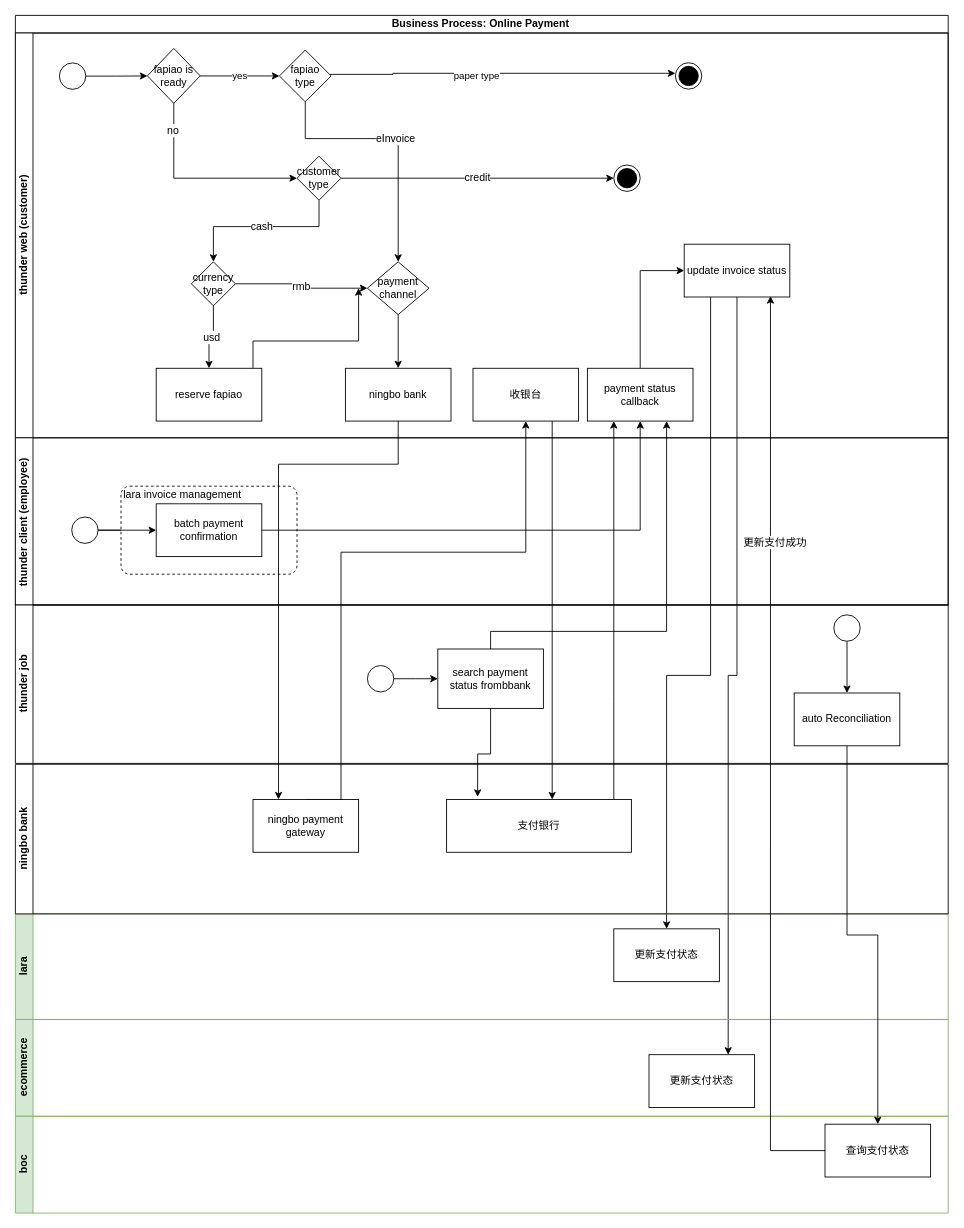
yi2003/diagram keeps this draw.io diagram as ningbo bank pay.drawio. Above is the earlier version. Source tidied: cells renumbered, new cells numbered last; positions are measured from the earlier drawing's top-left corner, leaving out a move shared by most shapes. Both pictures are drawn from the tidied source at 88%, with x=0, y=0 at pixel (15, 15).
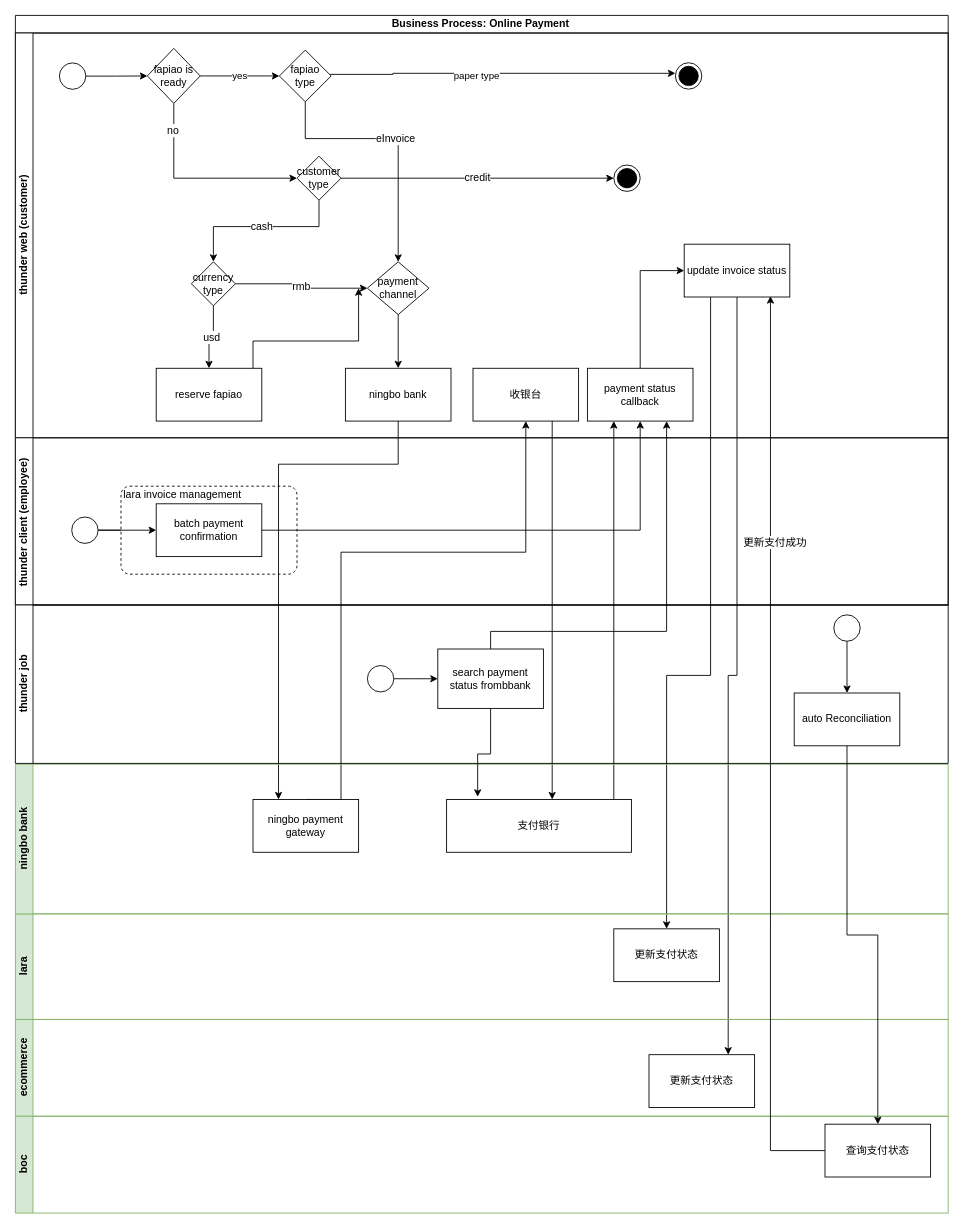
The same page after the edit.

The edit, as a diff of the source:
```diff
@@
-    <mxCell id="49" value="ningbo bank" style="swimlane;startSize=20;horizontal=0;html=1;" parent="1" vertex="1">
+    <mxCell id="49" value="ningbo bank" style="swimlane;startSize=20;horizontal=0;html=1;fillColor=#d5e8d4;strokeColor=#82b366;" parent="1" vertex="1">
       <mxGeometry y="851" width="1060" height="170" as="geometry" />
     </mxCell>
```
